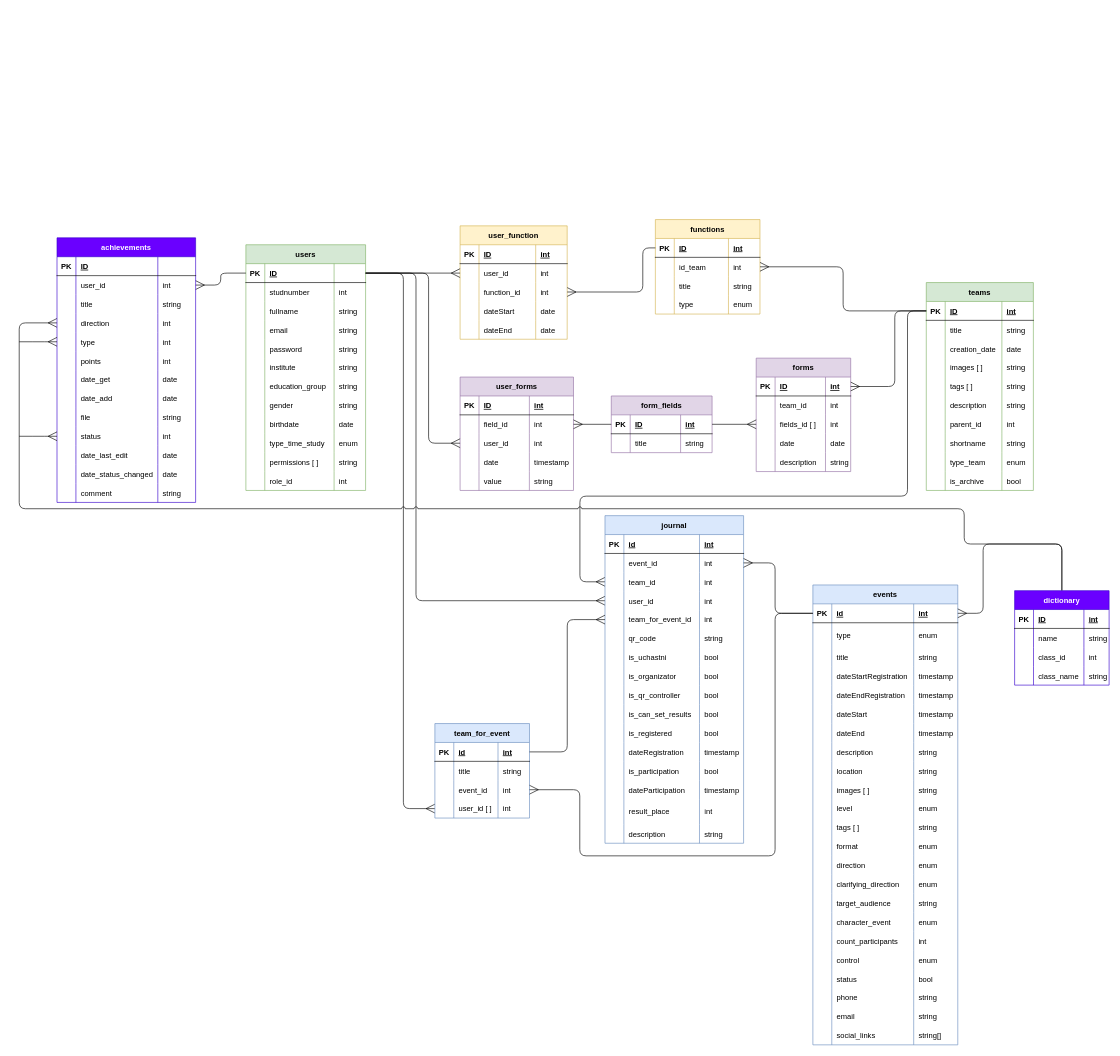
This is page "Физическая" (2 of 3) of Схема БД.drawio from KomogortsevaYulia/Raiting-Teams-Events, a draw.io file, before an edit. Source tidied: cells renumbered, new cells numbered last; positions are measured from the earlier drawing's top-left corner, leaving out a move shared by most shapes. Both pictures are drawn from the tidied source at 63%, with x=0, y=0 at pixel (19, 219).
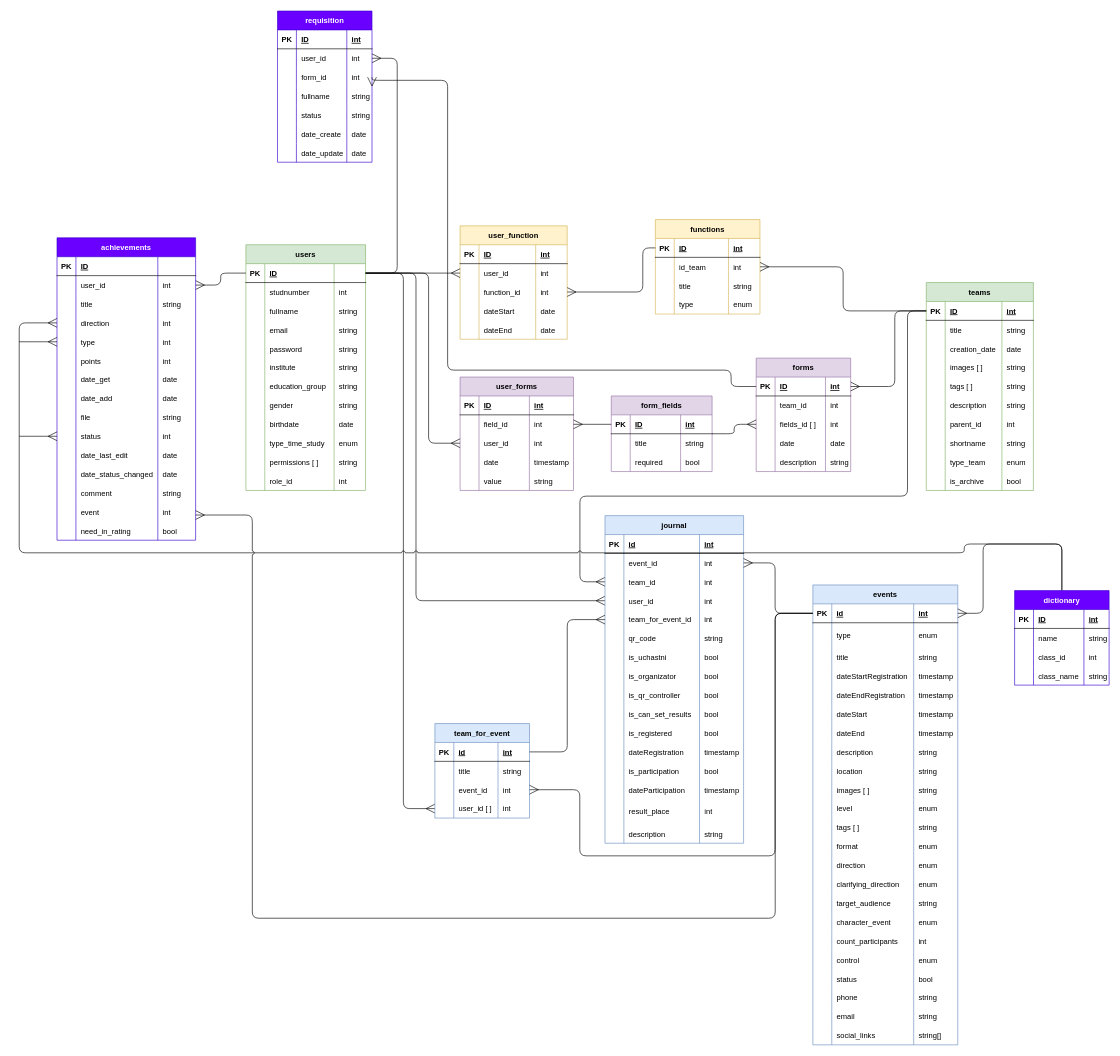
Above is the later version.

Unchanged cells that the change refers to:
```xml
<mxCell id="3" style="shape=tableRow;horizontal=0;startSize=0;swimlaneHead=0;swimlaneBody=0;fillColor=none;points=[[0,0.5],[1,0.5]];portConstraint=eastwest;top=0;left=0;right=0;bottom=1;" parent="2" vertex="1">
  <mxGeometry y="30" width="190" height="30" as="geometry" />
</mxCell>
<mxCell id="143" style="shape=tableRow;horizontal=0;startSize=0;swimlaneHead=0;swimlaneBody=0;fillColor=none;points=[[0,0.5],[1,0.5]];portConstraint=eastwest;top=0;left=0;right=0;bottom=1;" parent="142" vertex="1">
  <mxGeometry y="30" width="150" height="30" as="geometry" />
</mxCell>
<mxCell id="192" style="shape=tableRow;horizontal=0;startSize=0;swimlaneHead=0;swimlaneBody=0;fillColor=none;points=[[0,0.5],[1,0.5]];portConstraint=eastwest;top=0;left=0;right=0;bottom=1;" parent="191" vertex="1">
  <mxGeometry y="30" width="230" height="30" as="geometry" />
</mxCell>
<mxCell id="385" style="shape=tableRow;horizontal=0;startSize=0;swimlaneHead=0;swimlaneBody=0;fillColor=none;points=[[0,0.5],[1,0.5]];portConstraint=eastwest;top=0;left=0;right=0;bottom=0;" parent="372" vertex="1">
  <mxGeometry y="120" width="220" height="30" as="geometry" />
</mxCell>
<mxCell id="427" value="dictionary" style="shape=table;startSize=30;childLayout=tableLayout;rowLines=0;fontStyle=1;align=center;fillColor=#6a00ff;strokeColor=#3700CC;fontColor=#ffffff;" parent="1" vertex="1">
  <mxGeometry x="1580" y="589" width="150" height="150" as="geometry" />
</mxCell>
```

Change to the diagram source:
```diff
@@
     <mxCell id="133" value="form_fields" style="shape=table;startSize=30;childLayout=tableLayout;rowLines=0;fontStyle=1;align=center;fillColor=#e1d5e7;strokeColor=#9673a6;" parent="1" vertex="1">
-      <mxGeometry x="939.8" y="280" width="160" height="90" as="geometry" />
+      <mxGeometry x="939.8" y="280" width="160" height="120" as="geometry" />
     </mxCell>
@@
+    <mxCell id="444" style="shape=tableRow;horizontal=0;startSize=0;swimlaneHead=0;swimlaneBody=0;fillColor=none;top=0;left=0;right=0;bottom=0;" parent="133" vertex="1">
+      <mxGeometry y="90" width="160" height="30" as="geometry" />
+    </mxCell>
+    <mxCell id="445" style="shape=partialRectangle;fillColor=none;top=0;left=0;bottom=0;right=0;overflow=hidden;" parent="444" vertex="1">
+      <mxGeometry width="30" height="30" as="geometry" />
+    </mxCell>
+    <mxCell id="446" value="required" style="shape=partialRectangle;fillColor=none;top=0;left=0;bottom=0;right=0;align=left;spacingLeft=6;overflow=hidden;" parent="444" vertex="1">
+      <mxGeometry x="30" width="80" height="30" as="geometry" />
+    </mxCell>
+    <mxCell id="447" value="bool" style="shape=partialRectangle;fillColor=none;top=0;left=0;bottom=0;right=0;align=left;spacingLeft=6;overflow=hidden;" parent="444" vertex="1">
+      <mxGeometry x="110" width="50" height="30" as="geometry" />
+    </mxCell>
@@
     <mxCell id="370" style="edgeStyle=orthogonalEdgeStyle;html=1;strokeWidth=1;startArrow=none;startFill=0;endArrow=ERmany;endFill=0;startSize=12;endSize=12;jumpStyle=arc;exitX=0.5;exitY=0;exitDx=0;exitDy=0;entryX=0;entryY=0.5;entryDx=0;entryDy=0;" parent="1" edge="1" source="427" target="385">
       <mxGeometry relative="1" as="geometry">
         <Array as="points">
           <mxPoint x="1655" y="515" />
           <mxPoint x="1500" y="515" />
-          <mxPoint x="1500" y="459" />
-          <mxPoint y="459" />
+          <mxPoint x="1500" y="529" />
+          <mxPoint y="529" />
           <mxPoint y="164" />
         </Array>
       </mxGeometry>
     </mxCell>
@@
     <mxCell id="372" value="achievements" style="shape=table;startSize=30;childLayout=tableLayout;rowLines=0;fontStyle=1;align=center;fillColor=#6a00ff;strokeColor=#3700CC;fontColor=#ffffff;" parent="1" vertex="1">
-      <mxGeometry x="60" y="29" width="220" height="420" as="geometry" />
+      <mxGeometry x="60" y="29" width="220" height="480" as="geometry" />
     </mxCell>
@@
+    <mxCell id="448" style="shape=tableRow;horizontal=0;startSize=0;swimlaneHead=0;swimlaneBody=0;fillColor=none;points=[[0,0.5],[1,0.5]];portConstraint=eastwest;top=0;left=0;right=0;bottom=0;" parent="372" vertex="1">
+      <mxGeometry y="420" width="220" height="30" as="geometry" />
+    </mxCell>
+    <mxCell id="449" style="shape=partialRectangle;fillColor=none;top=0;left=0;bottom=0;right=0;overflow=hidden;" parent="448" vertex="1">
+      <mxGeometry width="30" height="30" as="geometry" />
+    </mxCell>
+    <mxCell id="450" value="event" style="shape=partialRectangle;fillColor=none;top=0;left=0;bottom=0;right=0;align=left;spacingLeft=6;overflow=hidden;" parent="448" vertex="1">
+      <mxGeometry x="30" width="130" height="30" as="geometry" />
+    </mxCell>
+    <mxCell id="451" value="int" style="shape=partialRectangle;fillColor=none;top=0;left=0;bottom=0;right=0;align=left;spacingLeft=6;overflow=hidden;" parent="448" vertex="1">
+      <mxGeometry x="160" width="60" height="30" as="geometry" />
+    </mxCell>
+    <mxCell id="452" style="shape=tableRow;horizontal=0;startSize=0;swimlaneHead=0;swimlaneBody=0;fillColor=none;top=0;left=0;right=0;bottom=0;" parent="372" vertex="1">
+      <mxGeometry y="450" width="220" height="30" as="geometry" />
+    </mxCell>
+    <mxCell id="453" style="shape=partialRectangle;fillColor=none;top=0;left=0;bottom=0;right=0;overflow=hidden;" parent="452" vertex="1">
+      <mxGeometry width="30" height="30" as="geometry" />
+    </mxCell>
+    <mxCell id="454" value="need_in_rating" style="shape=partialRectangle;fillColor=none;top=0;left=0;bottom=0;right=0;align=left;spacingLeft=6;overflow=hidden;" parent="452" vertex="1">
+      <mxGeometry x="30" width="130" height="30" as="geometry" />
+    </mxCell>
+    <mxCell id="455" value="bool" style="shape=partialRectangle;fillColor=none;top=0;left=0;bottom=0;right=0;align=left;spacingLeft=6;overflow=hidden;" parent="452" vertex="1">
+      <mxGeometry x="160" width="60" height="30" as="geometry" />
+    </mxCell>
@@
+    <mxCell id="456" style="edgeStyle=orthogonalEdgeStyle;html=1;strokeWidth=1;startArrow=none;startFill=0;endArrow=ERmany;endFill=0;startSize=12;endSize=12;jumpStyle=arc;exitX=0;exitY=0.5;exitDx=0;exitDy=0;" parent="1" edge="1" source="192" target="448">
+      <mxGeometry relative="1" as="geometry">
+        <Array as="points">
+          <mxPoint x="1200" y="625" />
+          <mxPoint x="1200" y="1109" />
+          <mxPoint x="370" y="1109" />
+          <mxPoint x="370" y="469" />
+        </Array>
+      </mxGeometry>
+    </mxCell>
+    <mxCell id="457" value="requisition" style="shape=table;startSize=30;childLayout=tableLayout;rowLines=0;fontStyle=1;align=center;fillColor=#6a00ff;strokeColor=#3700CC;fontColor=#ffffff;" parent="1" vertex="1">
+      <mxGeometry x="410" y="-331" width="150" height="240" as="geometry" />
+    </mxCell>
+    <mxCell id="458" style="shape=tableRow;horizontal=0;startSize=0;swimlaneHead=0;swimlaneBody=0;fillColor=none;top=0;left=0;right=0;bottom=1;" parent="457" vertex="1">
+      <mxGeometry y="30" width="150" height="30" as="geometry" />
+    </mxCell>
+    <mxCell id="459" value="PK" style="shape=partialRectangle;fillColor=none;top=0;left=0;bottom=0;right=0;fontStyle=1;overflow=hidden;" parent="458" vertex="1">
+      <mxGeometry width="30" height="30" as="geometry" />
+    </mxCell>
+    <mxCell id="460" value="ID" style="shape=partialRectangle;fillColor=none;top=0;left=0;bottom=0;right=0;align=left;spacingLeft=6;fontStyle=5;overflow=hidden;" parent="458" vertex="1">
+      <mxGeometry x="30" width="80" height="30" as="geometry" />
+    </mxCell>
+    <mxCell id="461" value="int" style="shape=partialRectangle;fillColor=none;top=0;left=0;bottom=0;right=0;align=left;spacingLeft=6;fontStyle=5;overflow=hidden;" parent="458" vertex="1">
+      <mxGeometry x="110" width="40" height="30" as="geometry" />
+    </mxCell>
+    <mxCell id="462" style="shape=tableRow;horizontal=0;startSize=0;swimlaneHead=0;swimlaneBody=0;fillColor=none;points=[[0,0.5],[1,0.5]];portConstraint=eastwest;top=0;left=0;right=0;bottom=0;" parent="457" vertex="1">
+      <mxGeometry y="60" width="150" height="30" as="geometry" />
+    </mxCell>
+    <mxCell id="463" style="shape=partialRectangle;fillColor=none;top=0;left=0;bottom=0;right=0;overflow=hidden;" parent="462" vertex="1">
+      <mxGeometry width="30" height="30" as="geometry" />
+    </mxCell>
+    <mxCell id="464" value="user_id" style="shape=partialRectangle;fillColor=none;top=0;left=0;bottom=0;right=0;align=left;spacingLeft=6;overflow=hidden;" parent="462" vertex="1">
+      <mxGeometry x="30" width="80" height="30" as="geometry" />
+    </mxCell>
+    <mxCell id="465" value="int" style="shape=partialRectangle;fillColor=none;top=0;left=0;bottom=0;right=0;align=left;spacingLeft=6;overflow=hidden;" parent="462" vertex="1">
+      <mxGeometry x="110" width="40" height="30" as="geometry" />
+    </mxCell>
+    <mxCell id="466" style="shape=tableRow;horizontal=0;startSize=0;swimlaneHead=0;swimlaneBody=0;fillColor=none;points=[[0,0.5],[1,0.5]];portConstraint=eastwest;top=0;left=0;right=0;bottom=0;" parent="457" vertex="1">
+      <mxGeometry y="90" width="150" height="30" as="geometry" />
+    </mxCell>
+    <mxCell id="467" style="shape=partialRectangle;fillColor=none;top=0;left=0;bottom=0;right=0;overflow=hidden;" parent="466" vertex="1">
+      <mxGeometry width="30" height="30" as="geometry" />
+    </mxCell>
+    <mxCell id="468" value="form_id" style="shape=partialRectangle;fillColor=none;top=0;left=0;bottom=0;right=0;align=left;spacingLeft=6;overflow=hidden;" parent="466" vertex="1">
+      <mxGeometry x="30" width="80" height="30" as="geometry" />
+    </mxCell>
+    <mxCell id="469" value="int" style="shape=partialRectangle;fillColor=none;top=0;left=0;bottom=0;right=0;align=left;spacingLeft=6;overflow=hidden;" parent="466" vertex="1">
+      <mxGeometry x="110" width="40" height="30" as="geometry" />
+    </mxCell>
+    <mxCell id="470" style="shape=tableRow;horizontal=0;startSize=0;swimlaneHead=0;swimlaneBody=0;fillColor=none;top=0;left=0;right=0;bottom=0;" parent="457" vertex="1">
+      <mxGeometry y="120" width="150" height="30" as="geometry" />
+    </mxCell>
+    <mxCell id="471" style="shape=partialRectangle;fillColor=none;top=0;left=0;bottom=0;right=0;overflow=hidden;" parent="470" vertex="1">
+      <mxGeometry width="30" height="30" as="geometry" />
+    </mxCell>
+    <mxCell id="472" value="fullname" style="shape=partialRectangle;fillColor=none;top=0;left=0;bottom=0;right=0;align=left;spacingLeft=6;overflow=hidden;" parent="470" vertex="1">
+      <mxGeometry x="30" width="80" height="30" as="geometry" />
+    </mxCell>
+    <mxCell id="473" value="string" style="shape=partialRectangle;fillColor=none;top=0;left=0;bottom=0;right=0;align=left;spacingLeft=6;overflow=hidden;" parent="470" vertex="1">
+      <mxGeometry x="110" width="40" height="30" as="geometry" />
+    </mxCell>
+    <mxCell id="474" style="shape=tableRow;horizontal=0;startSize=0;swimlaneHead=0;swimlaneBody=0;fillColor=none;top=0;left=0;right=0;bottom=0;" parent="457" vertex="1">
+      <mxGeometry y="150" width="150" height="30" as="geometry" />
+    </mxCell>
+    <mxCell id="475" style="shape=partialRectangle;fillColor=none;top=0;left=0;bottom=0;right=0;overflow=hidden;" parent="474" vertex="1">
+      <mxGeometry width="30" height="30" as="geometry" />
+    </mxCell>
+    <mxCell id="476" value="status" style="shape=partialRectangle;fillColor=none;top=0;left=0;bottom=0;right=0;align=left;spacingLeft=6;overflow=hidden;" parent="474" vertex="1">
+      <mxGeometry x="30" width="80" height="30" as="geometry" />
+    </mxCell>
+    <mxCell id="477" value="string" style="shape=partialRectangle;fillColor=none;top=0;left=0;bottom=0;right=0;align=left;spacingLeft=6;overflow=hidden;" parent="474" vertex="1">
+      <mxGeometry x="110" width="40" height="30" as="geometry" />
+    </mxCell>
+    <mxCell id="478" style="shape=tableRow;horizontal=0;startSize=0;swimlaneHead=0;swimlaneBody=0;fillColor=none;top=0;left=0;right=0;bottom=0;" parent="457" vertex="1">
+      <mxGeometry y="180" width="150" height="30" as="geometry" />
+    </mxCell>
+    <mxCell id="479" style="shape=partialRectangle;fillColor=none;top=0;left=0;bottom=0;right=0;overflow=hidden;" parent="478" vertex="1">
+      <mxGeometry width="30" height="30" as="geometry" />
+    </mxCell>
+    <mxCell id="480" value="date_create" style="shape=partialRectangle;fillColor=none;top=0;left=0;bottom=0;right=0;align=left;spacingLeft=6;overflow=hidden;" parent="478" vertex="1">
+      <mxGeometry x="30" width="80" height="30" as="geometry" />
+    </mxCell>
+    <mxCell id="481" value="date" style="shape=partialRectangle;fillColor=none;top=0;left=0;bottom=0;right=0;align=left;spacingLeft=6;overflow=hidden;" parent="478" vertex="1">
+      <mxGeometry x="110" width="40" height="30" as="geometry" />
+    </mxCell>
+    <mxCell id="482" style="shape=tableRow;horizontal=0;startSize=0;swimlaneHead=0;swimlaneBody=0;fillColor=none;top=0;left=0;right=0;bottom=0;" parent="457" vertex="1">
+      <mxGeometry y="210" width="150" height="30" as="geometry" />
+    </mxCell>
+    <mxCell id="483" style="shape=partialRectangle;fillColor=none;top=0;left=0;bottom=0;right=0;overflow=hidden;" parent="482" vertex="1">
+      <mxGeometry width="30" height="30" as="geometry" />
+    </mxCell>
+    <mxCell id="484" value="date_update" style="shape=partialRectangle;fillColor=none;top=0;left=0;bottom=0;right=0;align=left;spacingLeft=6;overflow=hidden;" parent="482" vertex="1">
+      <mxGeometry x="30" width="80" height="30" as="geometry" />
+    </mxCell>
+    <mxCell id="485" value="date" style="shape=partialRectangle;fillColor=none;top=0;left=0;bottom=0;right=0;align=left;spacingLeft=6;overflow=hidden;" parent="482" vertex="1">
+      <mxGeometry x="110" width="40" height="30" as="geometry" />
+    </mxCell>
+    <mxCell id="486" style="edgeStyle=orthogonalEdgeStyle;html=1;strokeWidth=1;endArrow=none;endFill=0;startSize=12;endSize=12;startArrow=ERmany;startFill=0;exitX=1;exitY=0.5;exitDx=0;exitDy=0;" parent="1" edge="1" source="462" target="3">
+      <mxGeometry relative="1" as="geometry">
+        <Array as="points">
+          <mxPoint x="600" y="-256" />
+          <mxPoint x="600" y="85" />
+        </Array>
+      </mxGeometry>
+    </mxCell>
+    <mxCell id="487" style="edgeStyle=orthogonalEdgeStyle;html=1;strokeWidth=1;endArrow=none;endFill=0;startSize=12;endSize=12;startArrow=ERmany;startFill=0;exitX=1;exitY=0.5;exitDx=0;exitDy=0;entryX=0;entryY=0.5;entryDx=0;entryDy=0;" parent="1" edge="1" source="466" target="143">
+      <mxGeometry relative="1" as="geometry">
+        <Array as="points">
+          <mxPoint x="560" y="-221" />
+          <mxPoint x="680" y="-221" />
+          <mxPoint x="680" y="239" />
+          <mxPoint x="1130" y="239" />
+          <mxPoint x="1130" y="265" />
+        </Array>
+      </mxGeometry>
+    </mxCell>
```
